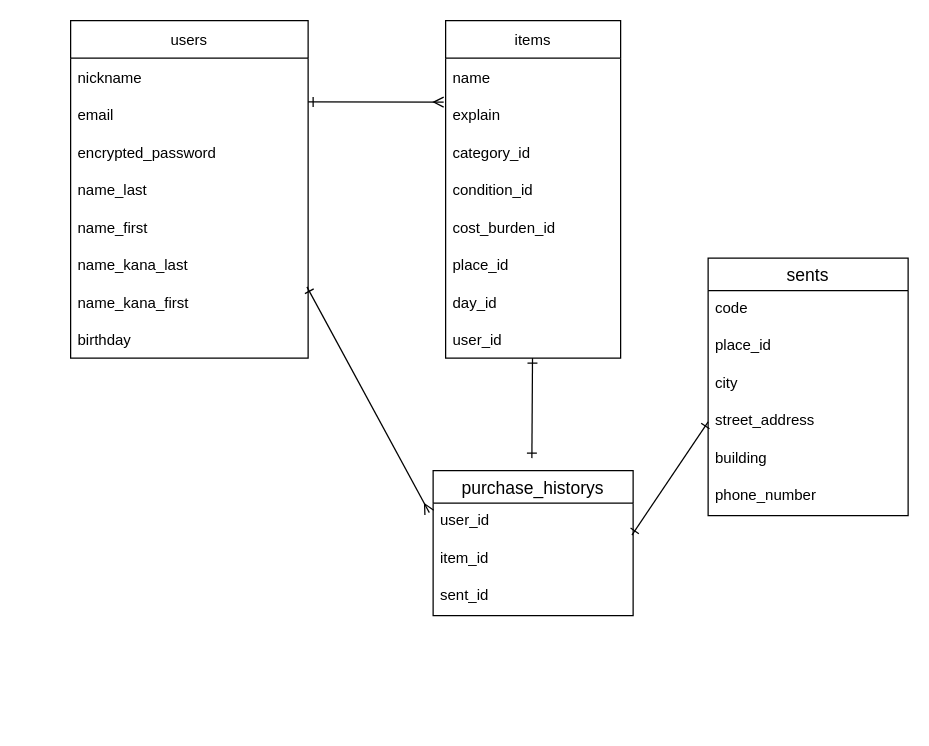
morimonchan/furima-38403 keeps this draw.io diagram as .dio. Above is the earlier version. Source tidied: cells renumbered, new cells numbered last; positions are measured from the earlier drawing's top-left corner, leaving out a move shared by most shapes. Both pictures are drawn from the tidied source at 125%, with x=0, y=0 at pixel (70, 20).
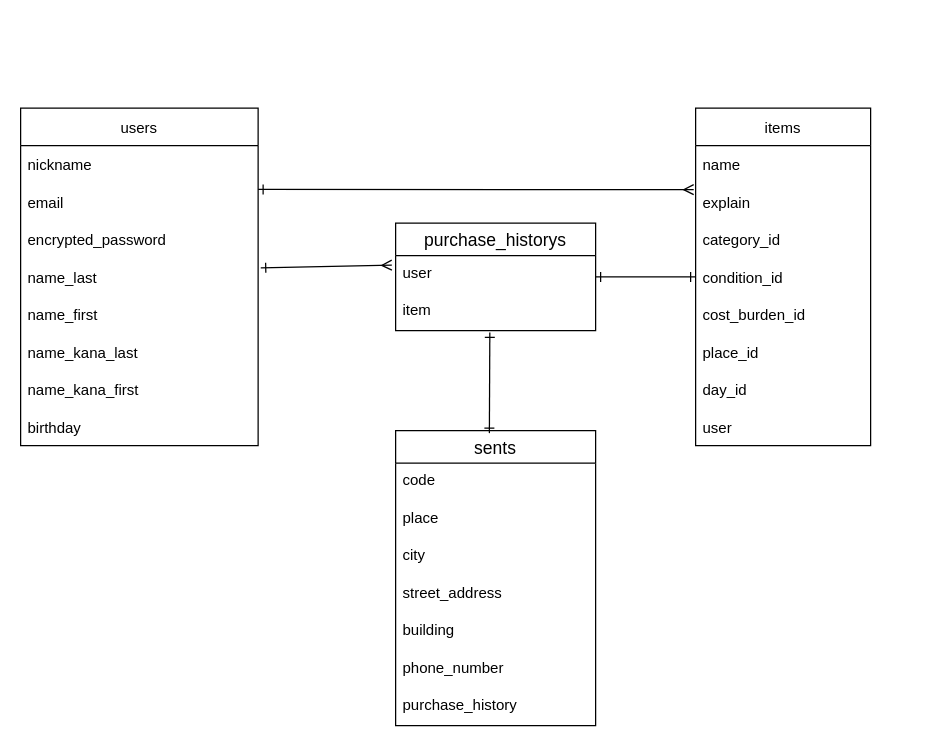
Above is the later version.

Commit message (it also covers changes not shown here):
ER図,README修正②

Unchanged cells that the change refers to:
```xml
<mxCell id="6" value="condition_id" style="text;strokeColor=none;fillColor=none;align=left;verticalAlign=middle;spacingLeft=4;spacingRight=4;overflow=hidden;points=[[0,0.5],[1,0.5]];portConstraint=eastwest;" parent="2" vertex="1">
  <mxGeometry y="120" width="140" height="30" as="geometry" />
</mxCell>
<mxCell id="15" value="name_last" style="text;strokeColor=none;fillColor=none;align=left;verticalAlign=middle;spacingLeft=4;spacingRight=4;overflow=hidden;points=[[0,0.5],[1,0.5]];portConstraint=eastwest;" parent="11" vertex="1">
  <mxGeometry y="120" width="190" height="30" as="geometry" />
</mxCell>
<mxCell id="18" value="name_kana_first 　" style="text;strokeColor=none;fillColor=none;align=left;verticalAlign=middle;spacingLeft=4;spacingRight=4;overflow=hidden;points=[[0,0.5],[1,0.5]];portConstraint=eastwest;" parent="11" vertex="1">
  <mxGeometry y="210" width="190" height="30" as="geometry" />
</mxCell>
<mxCell id="27" value="street_address" style="text;strokeColor=none;fillColor=none;spacingLeft=4;spacingRight=4;overflow=hidden;points=[[0,0.5],[1,0.5]];portConstraint=eastwest;fontSize=12;" parent="23" vertex="1">
  <mxGeometry y="116" width="160" height="30" as="geometry" />
</mxCell>
```

What changed in the source:
```diff
@@
     <mxCell id="2" value="items" style="swimlane;fontStyle=0;horizontal=1;startSize=30;" parent="1" vertex="1">
-      <mxGeometry x="300" width="140" height="270" as="geometry" />
+      <mxGeometry x="500" y="70" width="140" height="270" as="geometry" />
     </mxCell>
@@
-    <mxCell id="10" value="user_id" style="text;strokeColor=none;fillColor=none;align=left;verticalAlign=middle;spacingLeft=4;spacingRight=4;overflow=hidden;" parent="2" vertex="1">
+    <mxCell id="10" value="user" style="text;strokeColor=none;fillColor=none;align=left;verticalAlign=middle;spacingLeft=4;spacingRight=4;overflow=hidden;" parent="2" vertex="1">
       <mxGeometry y="240" width="140" height="30" as="geometry" />
     </mxCell>
     <mxCell id="11" value="users" style="swimlane;fontStyle=0;horizontal=1;startSize=30;" parent="1" vertex="1">
-      <mxGeometry width="190" height="270" as="geometry" />
+      <mxGeometry x="-40" y="70" width="190" height="270" as="geometry" />
     </mxCell>
@@
-    <mxCell id="21" style="edgeStyle=none;html=1;startArrow=ERone;startFill=0;endArrow=ERone;endFill=0;" parent="1" edge="1">
-      <mxGeometry relative="1" as="geometry">
-        <mxPoint x="369.5" y="270" as="sourcePoint" />
-        <mxPoint x="369" y="350" as="targetPoint" />
-      </mxGeometry>
+    <mxCell id="21" style="edgeStyle=none;html=1;startArrow=ERone;startFill=0;endArrow=ERone;endFill=0;exitX=0;exitY=0.5;exitDx=0;exitDy=0;" parent="1" edge="1" source="6" target="31">
+      <mxGeometry relative="1" as="geometry" />
     </mxCell>
-    <mxCell id="22" style="edgeStyle=none;html=1;exitX=0.995;exitY=0.1;exitDx=0;exitDy=0;startArrow=ERone;startFill=0;endArrow=ERmany;endFill=0;exitPerimeter=0;entryX=-0.019;entryY=0.254;entryDx=0;entryDy=0;entryPerimeter=0;" parent="1" edge="1" source="18" target="32">
+    <mxCell id="22" style="edgeStyle=none;html=1;exitX=1.011;exitY=0.261;exitDx=0;exitDy=0;startArrow=ERone;startFill=0;endArrow=ERmany;endFill=0;exitPerimeter=0;entryX=-0.019;entryY=0.254;entryDx=0;entryDy=0;entryPerimeter=0;" parent="1" edge="1" source="15" target="32">
       <mxGeometry relative="1" as="geometry" />
     </mxCell>
     <mxCell id="23" value="sents" style="swimlane;fontStyle=0;horizontal=1;startSize=26;align=center;fontSize=14;" parent="1" vertex="1">
-      <mxGeometry x="510" y="190" width="160" height="206" as="geometry" />
+      <mxGeometry x="260" y="328" width="160" height="236" as="geometry" />
     </mxCell>
@@
-    <mxCell id="25" value="place_id" style="text;strokeColor=none;fillColor=none;spacingLeft=4;spacingRight=4;overflow=hidden;fontSize=12;" parent="23" vertex="1">
+    <mxCell id="25" value="place" style="text;strokeColor=none;fillColor=none;spacingLeft=4;spacingRight=4;overflow=hidden;fontSize=12;" parent="23" vertex="1">
       <mxGeometry y="56" width="160" height="30" as="geometry" />
     </mxCell>
@@
+    <mxCell id="35" value="purchase_history" style="text;strokeColor=none;fillColor=none;spacingLeft=4;spacingRight=4;overflow=hidden;fontSize=12;" parent="23" vertex="1">
+      <mxGeometry y="206" width="160" height="30" as="geometry" />
+    </mxCell>
-    <mxCell id="30" style="edgeStyle=none;html=1;startArrow=ERone;startFill=0;endArrow=ERone;endFill=0;exitX=0;exitY=0.5;exitDx=0;exitDy=0;entryX=0.994;entryY=0.851;entryDx=0;entryDy=0;entryPerimeter=0;" parent="1" edge="1" source="27" target="32">
-      <mxGeometry relative="1" as="geometry" />
+    <mxCell id="30" style="edgeStyle=none;html=1;startArrow=ERone;startFill=0;endArrow=ERone;endFill=0;entryX=0.471;entryY=1.047;entryDx=0;entryDy=0;entryPerimeter=0;" parent="1" edge="1" target="33">
+      <mxGeometry relative="1" as="geometry">
+        <mxPoint x="335" y="330" as="sourcePoint" />
+      </mxGeometry>
     </mxCell>
     <mxCell id="31" value="purchase_historys" style="swimlane;fontStyle=0;horizontal=1;startSize=26;align=center;fontSize=14;" parent="1" vertex="1">
-      <mxGeometry x="290" y="360" width="160" height="116" as="geometry" />
+      <mxGeometry x="260" y="162" width="160" height="86" as="geometry" />
     </mxCell>
-    <mxCell id="32" value="user_id" style="text;strokeColor=none;fillColor=none;spacingLeft=4;spacingRight=4;overflow=hidden;points=[[0,0.5],[1,0.5]];portConstraint=eastwest;fontSize=12;" parent="31" vertex="1">
+    <mxCell id="32" value="user" style="text;strokeColor=none;fillColor=none;spacingLeft=4;spacingRight=4;overflow=hidden;points=[[0,0.5],[1,0.5]];portConstraint=eastwest;fontSize=12;" parent="31" vertex="1">
       <mxGeometry y="26" width="160" height="30" as="geometry" />
     </mxCell>
-    <mxCell id="33" value="item_id" style="text;strokeColor=none;fillColor=none;spacingLeft=4;spacingRight=4;overflow=hidden;points=[[0,0.5],[1,0.5]];portConstraint=eastwest;fontSize=12;" parent="31" vertex="1">
+    <mxCell id="33" value="item" style="text;strokeColor=none;fillColor=none;spacingLeft=4;spacingRight=4;overflow=hidden;points=[[0,0.5],[1,0.5]];portConstraint=eastwest;fontSize=12;" parent="31" vertex="1">
       <mxGeometry y="56" width="160" height="30" as="geometry" />
     </mxCell>
-    <mxCell id="34" value="sent_id" style="text;strokeColor=none;fillColor=none;spacingLeft=4;spacingRight=4;overflow=hidden;fontSize=12;" parent="31" vertex="1">
-      <mxGeometry y="86" width="160" height="30" as="geometry" />
-    </mxCell>
```
